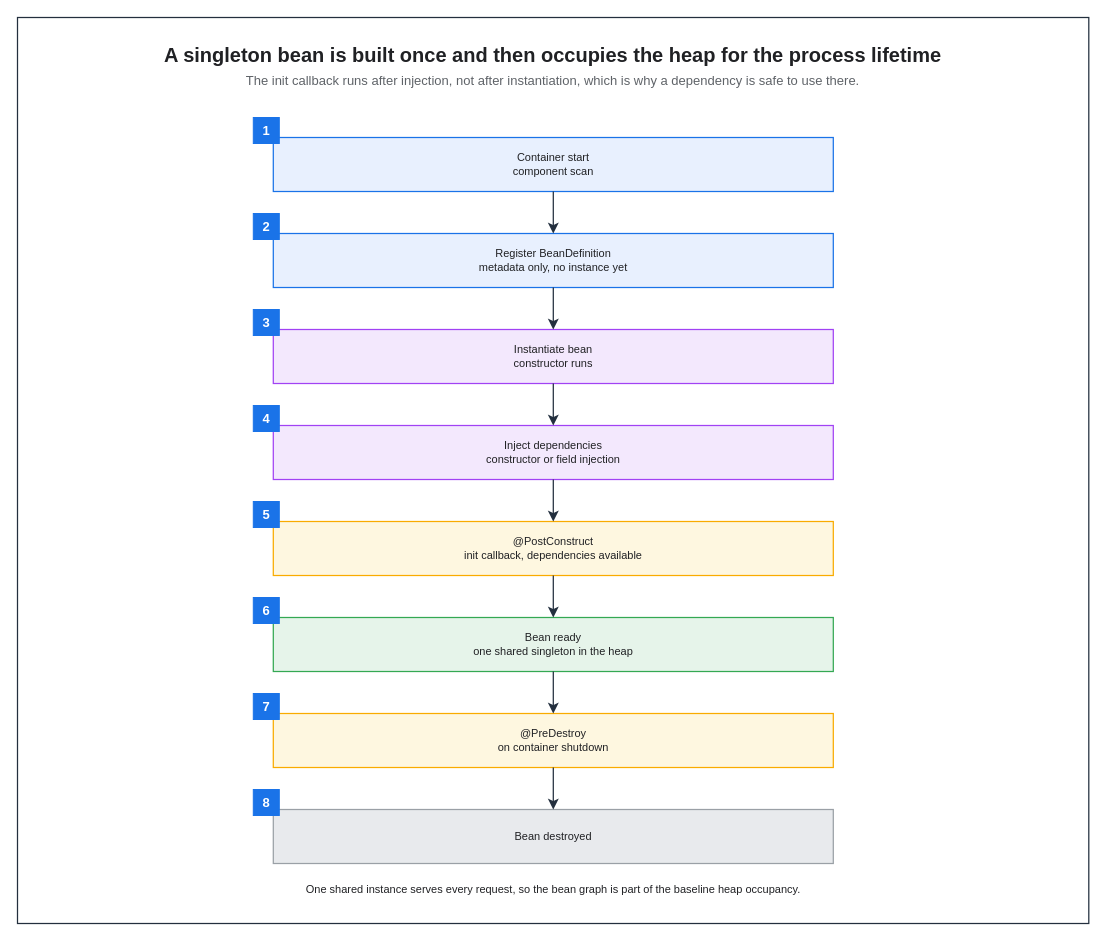
Above: assets/img/spring/spring-04-bean-lifecycle.drawio in KKamJi98/kkamji98.github.io (draw.io), before the change. Source tidied: cells renumbered, new cells numbered last; positions are measured from the earlier drawing's top-left corner, leaving out a move shared by most shapes. Both pictures are drawn from the tidied source at 100%, with x=0, y=0 at pixel (17, 17).
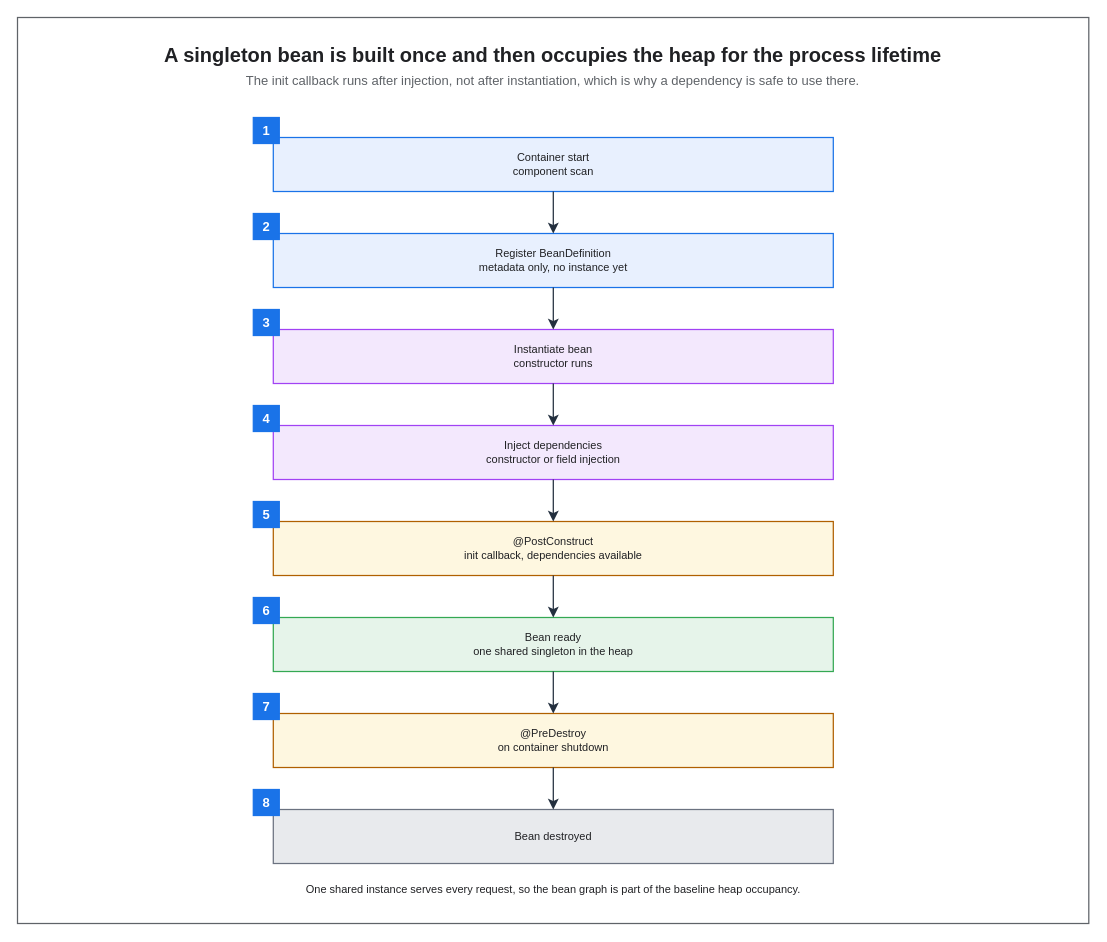
The same page after the edit.

What changed in the source:
```diff
@@
-    <mxCell id="2" style="rounded=0;html=0;fillColor=none;strokeColor=#232F3E;fontColor=#202124;strokeWidth=1.25;" parent="1" vertex="1">
+    <mxCell id="2" style="rounded=0;html=0;fillColor=none;strokeColor=#5F6368;fontColor=#202124;strokeWidth=1.25;" parent="1" vertex="1">
       <mxGeometry width="1071.3" height="906" as="geometry" />
     </mxCell>
@@
-    <mxCell id="9" value="@PostConstruct&#10;init callback, dependencies available" style="rounded=0;whiteSpace=wrap;html=0;fillColor=#FEF7E0;strokeColor=#F9AB00;fontColor=#202124;fontSize=11;fontStyle=0;align=center;verticalAlign=middle;spacingLeft=6;spacingRight=6;strokeWidth=1.25;" parent="1" vertex="1">
+    <mxCell id="9" value="@PostConstruct&#10;init callback, dependencies available" style="rounded=0;whiteSpace=wrap;html=0;fillColor=#FEF7E0;strokeColor=#B06000;fontColor=#202124;fontSize=11;fontStyle=0;align=center;verticalAlign=middle;spacingLeft=6;spacingRight=6;strokeWidth=1.25;" parent="1" vertex="1">
       <mxGeometry x="255.8" y="504" width="560" height="54" as="geometry" />
     </mxCell>
@@
-    <mxCell id="11" value="@PreDestroy&#10;on container shutdown" style="rounded=0;whiteSpace=wrap;html=0;fillColor=#FEF7E0;strokeColor=#F9AB00;fontColor=#202124;fontSize=11;fontStyle=0;align=center;verticalAlign=middle;spacingLeft=6;spacingRight=6;strokeWidth=1.25;" parent="1" vertex="1">
+    <mxCell id="11" value="@PreDestroy&#10;on container shutdown" style="rounded=0;whiteSpace=wrap;html=0;fillColor=#FEF7E0;strokeColor=#B06000;fontColor=#202124;fontSize=11;fontStyle=0;align=center;verticalAlign=middle;spacingLeft=6;spacingRight=6;strokeWidth=1.25;" parent="1" vertex="1">
       <mxGeometry x="255.8" y="696" width="560" height="54" as="geometry" />
     </mxCell>
-    <mxCell id="12" value="Bean destroyed" style="rounded=0;whiteSpace=wrap;html=0;fillColor=#E8EAED;strokeColor=#9AA0A6;fontColor=#202124;fontSize=11;fontStyle=0;align=center;verticalAlign=middle;spacingLeft=6;spacingRight=6;strokeWidth=1.25;" parent="1" vertex="1">
+    <mxCell id="12" value="Bean destroyed" style="rounded=0;whiteSpace=wrap;html=0;fillColor=#E8EAED;strokeColor=#6B7280;fontColor=#202124;fontSize=11;fontStyle=0;align=center;verticalAlign=middle;spacingLeft=6;spacingRight=6;strokeWidth=1.25;" parent="1" vertex="1">
       <mxGeometry x="255.8" y="792" width="560" height="54" as="geometry" />
     </mxCell>
@@
-    <mxCell id="14" value="1" style="rounded=0;whiteSpace=wrap;html=0;fillColor=#1A73E8;strokeColor=#1A73E8;fontColor=#FFFFFF;fontSize=13;fontStyle=1;align=center;verticalAlign=middle;" parent="1" vertex="1">
+    <mxCell id="14" value="1" style="rounded=0;whiteSpace=wrap;html=0;fillColor=#1A73E8;strokeColor=#1A73E8;fontColor=#FFFFFF;fontSize=13;fontStyle=1;align=center;verticalAlign=middle;strokeWidth=1.25;" parent="1" vertex="1">
       <mxGeometry x="235.8" y="100" width="26" height="26" as="geometry" />
     </mxCell>
-    <mxCell id="15" value="2" style="rounded=0;whiteSpace=wrap;html=0;fillColor=#1A73E8;strokeColor=#1A73E8;fontColor=#FFFFFF;fontSize=13;fontStyle=1;align=center;verticalAlign=middle;" parent="1" vertex="1">
+    <mxCell id="15" value="2" style="rounded=0;whiteSpace=wrap;html=0;fillColor=#1A73E8;strokeColor=#1A73E8;fontColor=#FFFFFF;fontSize=13;fontStyle=1;align=center;verticalAlign=middle;strokeWidth=1.25;" parent="1" vertex="1">
       <mxGeometry x="235.8" y="196" width="26" height="26" as="geometry" />
     </mxCell>
-    <mxCell id="16" value="3" style="rounded=0;whiteSpace=wrap;html=0;fillColor=#1A73E8;strokeColor=#1A73E8;fontColor=#FFFFFF;fontSize=13;fontStyle=1;align=center;verticalAlign=middle;" parent="1" vertex="1">
+    <mxCell id="16" value="3" style="rounded=0;whiteSpace=wrap;html=0;fillColor=#1A73E8;strokeColor=#1A73E8;fontColor=#FFFFFF;fontSize=13;fontStyle=1;align=center;verticalAlign=middle;strokeWidth=1.25;" parent="1" vertex="1">
       <mxGeometry x="235.8" y="292" width="26" height="26" as="geometry" />
     </mxCell>
-    <mxCell id="17" value="4" style="rounded=0;whiteSpace=wrap;html=0;fillColor=#1A73E8;strokeColor=#1A73E8;fontColor=#FFFFFF;fontSize=13;fontStyle=1;align=center;verticalAlign=middle;" parent="1" vertex="1">
+    <mxCell id="17" value="4" style="rounded=0;whiteSpace=wrap;html=0;fillColor=#1A73E8;strokeColor=#1A73E8;fontColor=#FFFFFF;fontSize=13;fontStyle=1;align=center;verticalAlign=middle;strokeWidth=1.25;" parent="1" vertex="1">
       <mxGeometry x="235.8" y="388" width="26" height="26" as="geometry" />
     </mxCell>
-    <mxCell id="18" value="5" style="rounded=0;whiteSpace=wrap;html=0;fillColor=#1A73E8;strokeColor=#1A73E8;fontColor=#FFFFFF;fontSize=13;fontStyle=1;align=center;verticalAlign=middle;" parent="1" vertex="1">
+    <mxCell id="18" value="5" style="rounded=0;whiteSpace=wrap;html=0;fillColor=#1A73E8;strokeColor=#1A73E8;fontColor=#FFFFFF;fontSize=13;fontStyle=1;align=center;verticalAlign=middle;strokeWidth=1.25;" parent="1" vertex="1">
       <mxGeometry x="235.8" y="484" width="26" height="26" as="geometry" />
     </mxCell>
-    <mxCell id="19" value="6" style="rounded=0;whiteSpace=wrap;html=0;fillColor=#1A73E8;strokeColor=#1A73E8;fontColor=#FFFFFF;fontSize=13;fontStyle=1;align=center;verticalAlign=middle;" parent="1" vertex="1">
+    <mxCell id="19" value="6" style="rounded=0;whiteSpace=wrap;html=0;fillColor=#1A73E8;strokeColor=#1A73E8;fontColor=#FFFFFF;fontSize=13;fontStyle=1;align=center;verticalAlign=middle;strokeWidth=1.25;" parent="1" vertex="1">
       <mxGeometry x="235.8" y="580" width="26" height="26" as="geometry" />
     </mxCell>
-    <mxCell id="20" value="7" style="rounded=0;whiteSpace=wrap;html=0;fillColor=#1A73E8;strokeColor=#1A73E8;fontColor=#FFFFFF;fontSize=13;fontStyle=1;align=center;verticalAlign=middle;" parent="1" vertex="1">
+    <mxCell id="20" value="7" style="rounded=0;whiteSpace=wrap;html=0;fillColor=#1A73E8;strokeColor=#1A73E8;fontColor=#FFFFFF;fontSize=13;fontStyle=1;align=center;verticalAlign=middle;strokeWidth=1.25;" parent="1" vertex="1">
       <mxGeometry x="235.8" y="676" width="26" height="26" as="geometry" />
     </mxCell>
-    <mxCell id="21" value="8" style="rounded=0;whiteSpace=wrap;html=0;fillColor=#1A73E8;strokeColor=#1A73E8;fontColor=#FFFFFF;fontSize=13;fontStyle=1;align=center;verticalAlign=middle;" parent="1" vertex="1">
+    <mxCell id="21" value="8" style="rounded=0;whiteSpace=wrap;html=0;fillColor=#1A73E8;strokeColor=#1A73E8;fontColor=#FFFFFF;fontSize=13;fontStyle=1;align=center;verticalAlign=middle;strokeWidth=1.25;" parent="1" vertex="1">
       <mxGeometry x="235.8" y="772" width="26" height="26" as="geometry" />
     </mxCell>
```
